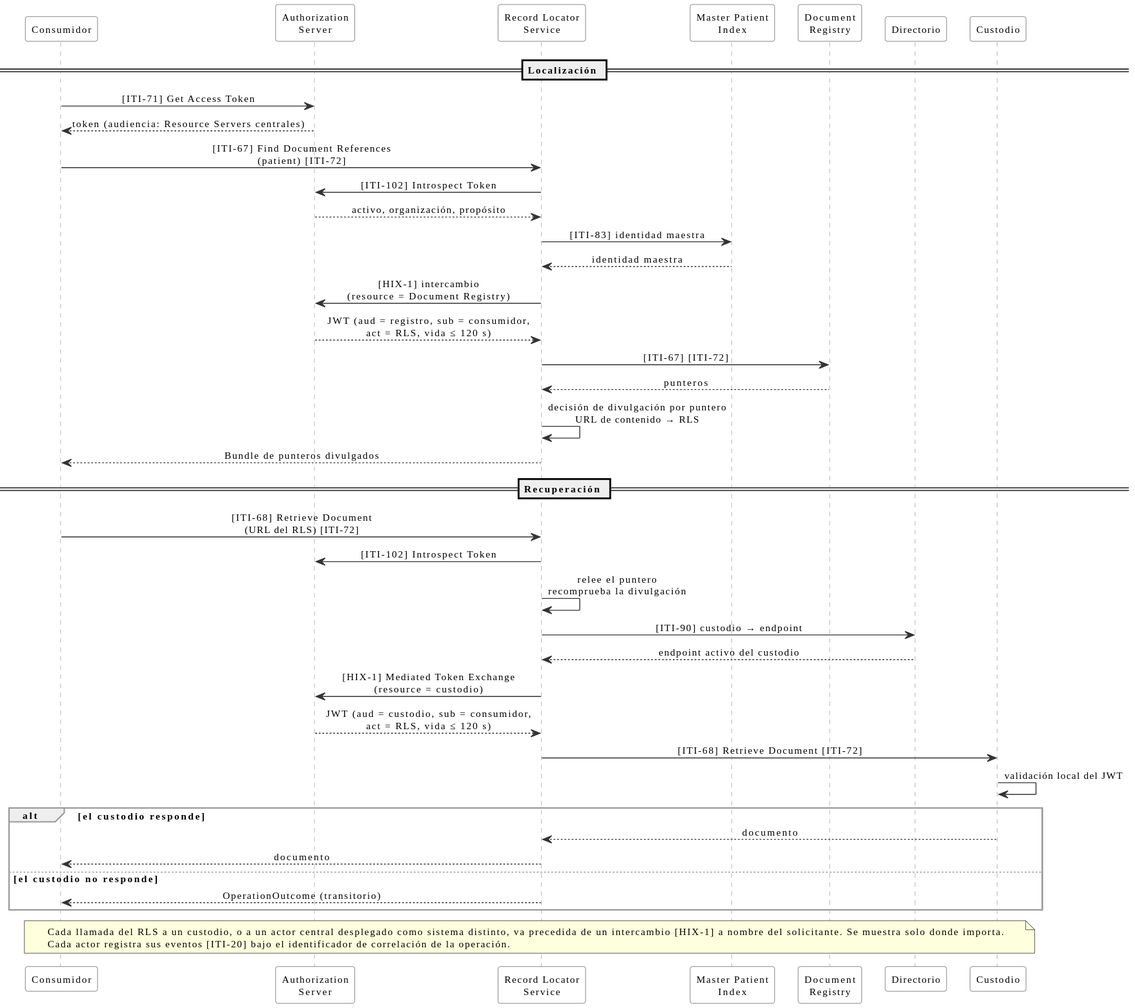
Above: input/images/hix-flujo-localizacion.svg in meddyg/HIX (PlantUML), before the change.
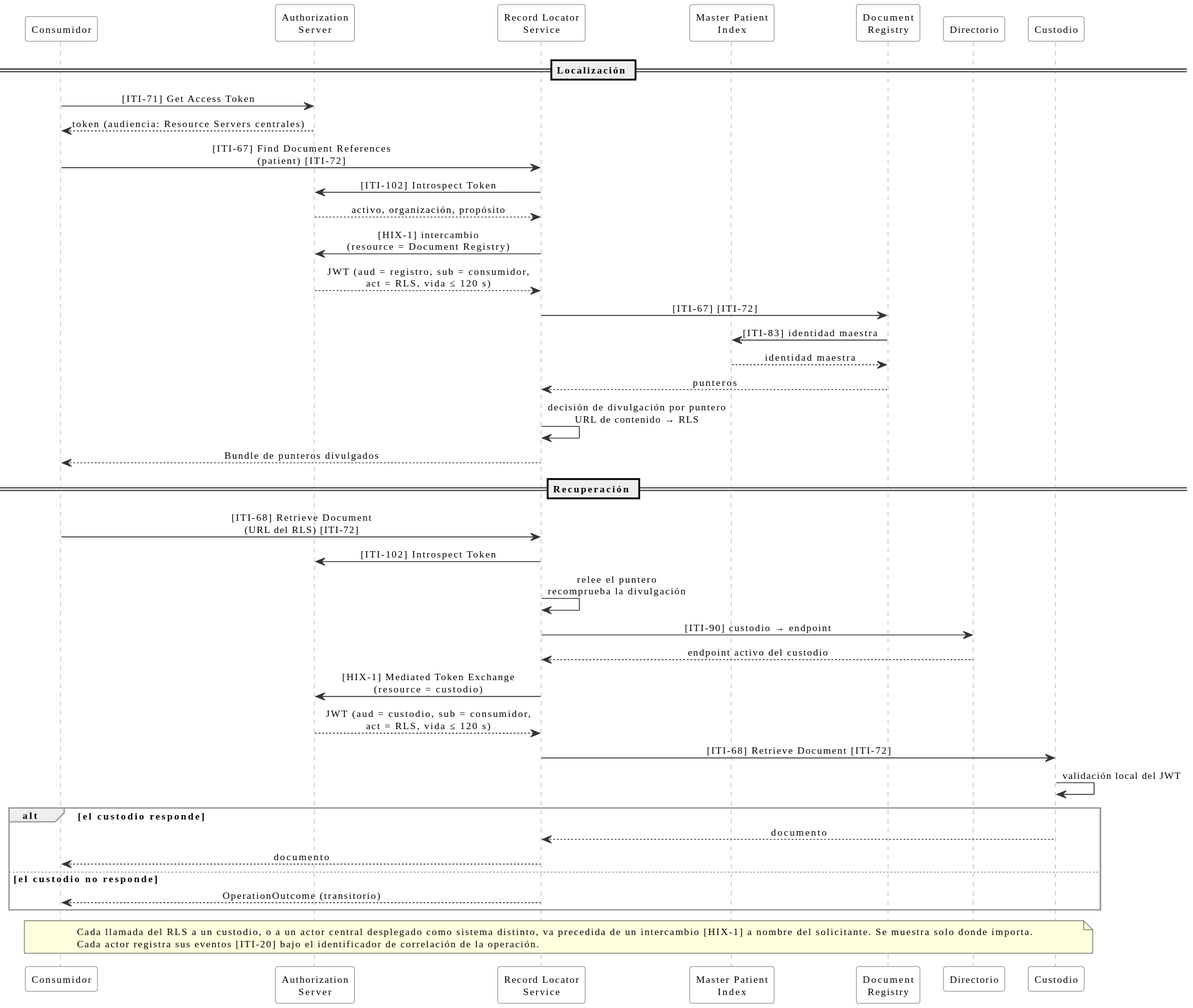
Above is the later version.

What changed in the source:
```diff
@@ -26,11 +26,11 @@
 C -> RLS : [ITI-67] Find Document References\n(patient) [ITI-72]
 RLS -> AS : [ITI-102] Introspect Token
 AS --> RLS : activo, organización, propósito
-RLS -> PMIR : [ITI-83] identidad maestra
-PMIR --> RLS : identidad maestra
 RLS -> AS : [HIX-1] intercambio\n(resource = Document Registry)
 AS --> RLS : JWT (aud = registro, sub = consumidor,\nact = RLS, vida ≤ 120 s)
 RLS -> REG : [ITI-67] [ITI-72]
+REG -> PMIR : [ITI-83] identidad maestra
+PMIR --> REG : identidad maestra
 REG --> RLS : punteros
 RLS -> RLS : decisión de divulgación por puntero\nURL de contenido → RLS
 RLS --> C : Bundle de punteros divulgados
```
